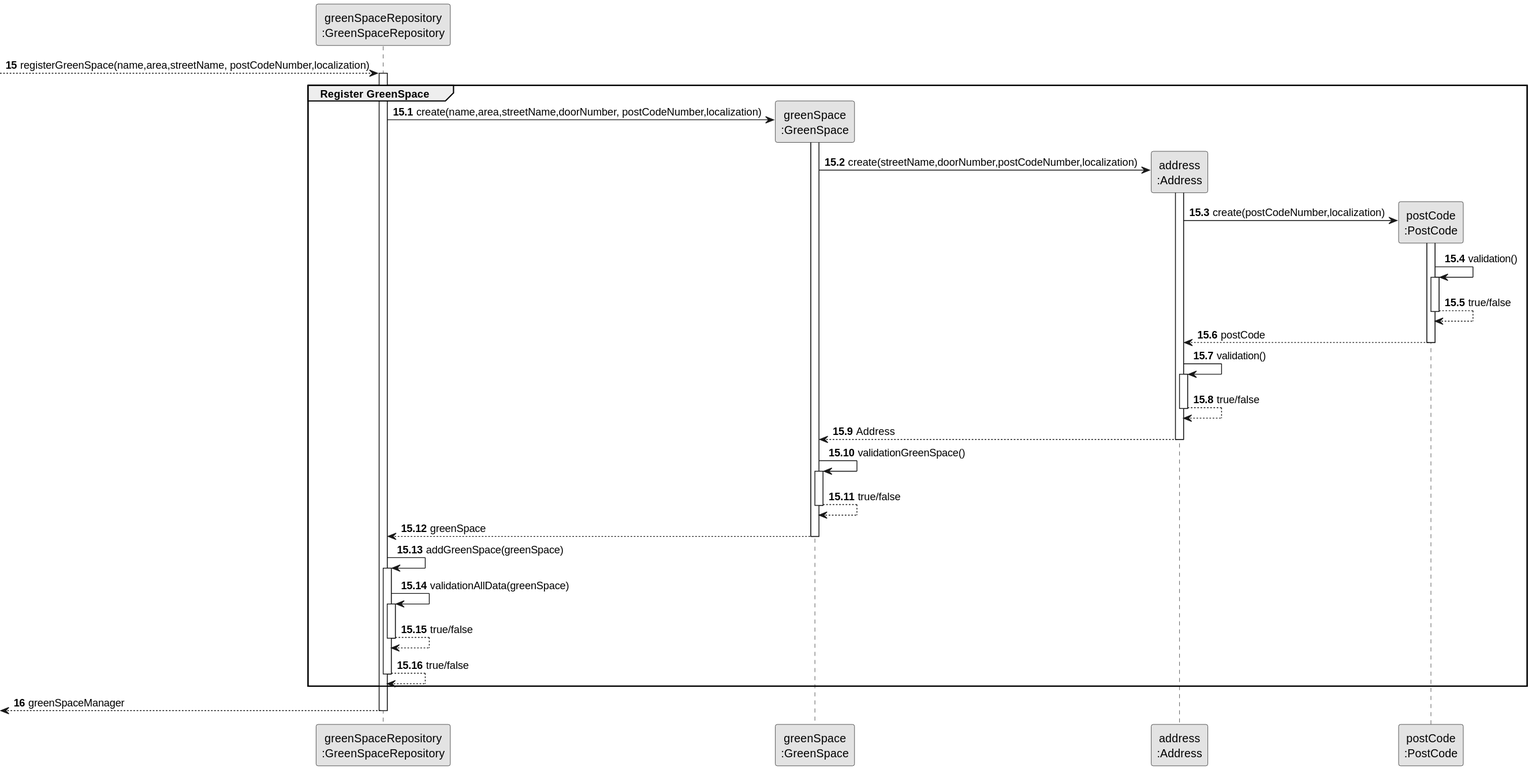
This is docs/sprint3/us20/03.design/svg/us20-partial-sequence-diagram-register-greenSpace.svg from Departamento-de-Engenharia-Informatica/lei-24-s2-1db-g022, a PlantUML export, as it was before one commit.
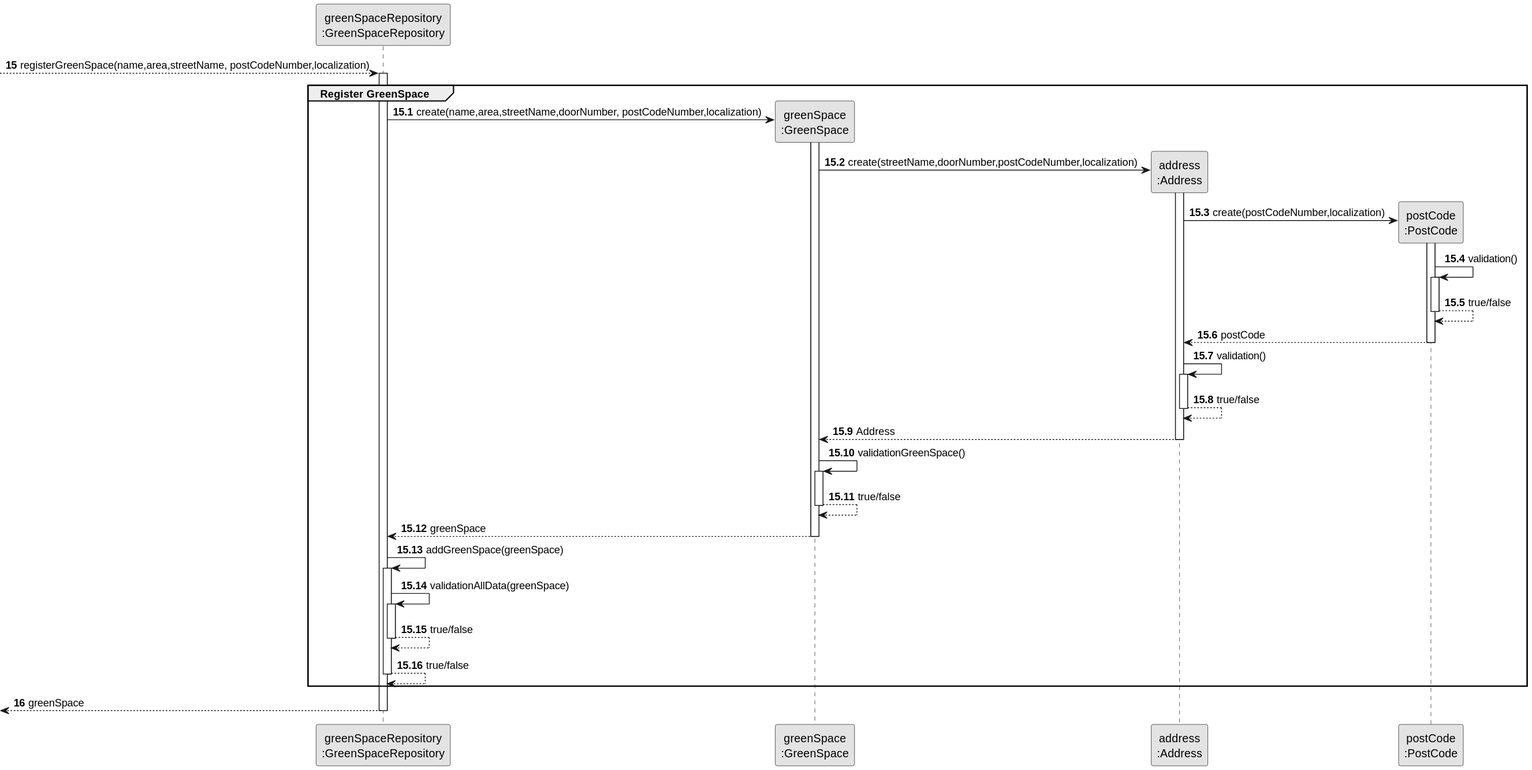
Later version of the same file.

Commit message:
Rectification DTO partial diagram US20,US21,US23

The edit, as a diff of the source:
```diff
@@ -80,7 +80,7 @@
 
 autonumber 16
 
-<--GSR : greenSpaceManager
+<--GSR : greenSpace
 
 deactivate GSR
 @enduml
```
